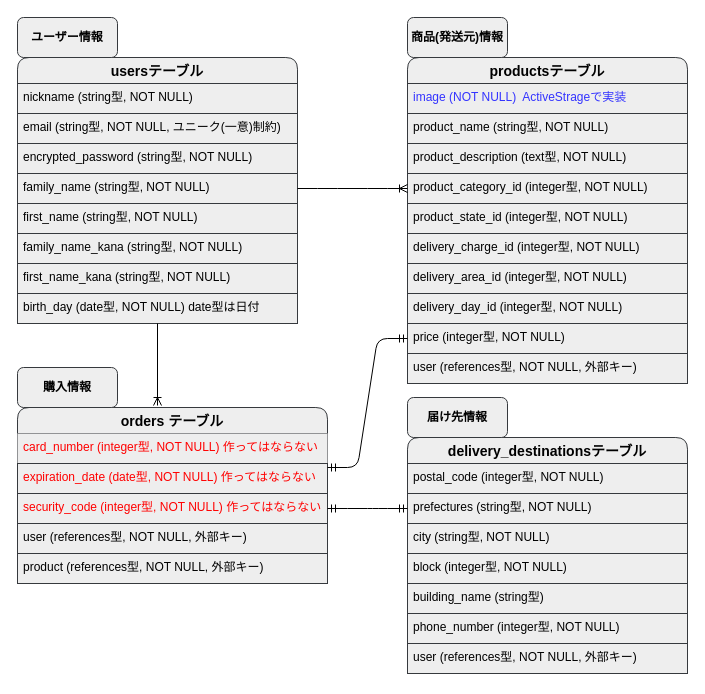
This is ER図.dio from yoshitarotsuda/furima-37166, a draw.io file, before an edit. Source tidied: cells renumbered, new cells numbered last; positions are measured from the earlier drawing's top-left corner, leaving out a move shared by most shapes. Both pictures are drawn from the tidied source at 100%, with x=0, y=0 at pixel (17, 17).
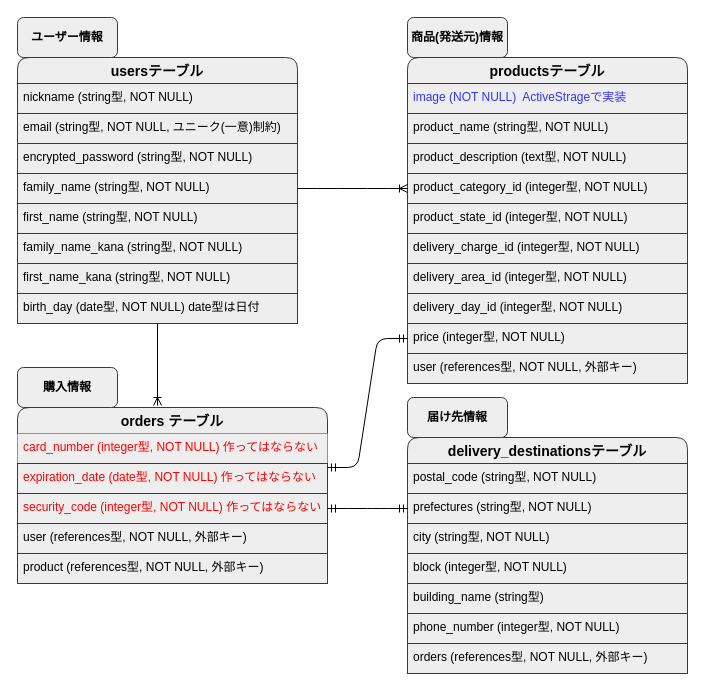
The same page after the edit.

Commit message (it also covers changes not shown here):
郵便番号の型変更

The change refers to these unchanged cells:
```xml
<mxCell id="30" value="delivery_destinationsテーブル" style="swimlane;fontStyle=1;horizontal=1;startSize=26;align=center;fontSize=14;rounded=1;labelBackgroundColor=none;fillColor=#eeeeee;strokeColor=#36393d;fontColor=#000000;" parent="1" vertex="1">
  <mxGeometry x="390" y="420" width="280" height="236" as="geometry" />
</mxCell>
```

Diff of the diagram source:
```diff
@@
-    <mxCell id="31" value="postal_code (integer型, NOT NULL)" style="text;strokeColor=#36393d;fillColor=#eeeeee;spacingLeft=4;spacingRight=4;overflow=hidden;fontSize=12;fontColor=#000000;" parent="30" vertex="1">
+    <mxCell id="31" value="postal_code (string型, NOT NULL)" style="text;strokeColor=#36393d;fillColor=#eeeeee;spacingLeft=4;spacingRight=4;overflow=hidden;fontSize=12;fontColor=#000000;" parent="30" vertex="1">
       <mxGeometry y="26" width="280" height="30" as="geometry" />
     </mxCell>
@@
-    <mxCell id="37" value="user (references型, NOT NULL, 外部キー)" style="text;strokeColor=#36393d;fillColor=#eeeeee;spacingLeft=4;spacingRight=4;overflow=hidden;fontSize=12;fontColor=#000000;" parent="30" vertex="1">
+    <mxCell id="37" value="orders (references型, NOT NULL, 外部キー)" style="text;strokeColor=#36393d;fillColor=#eeeeee;spacingLeft=4;spacingRight=4;overflow=hidden;fontSize=12;fontColor=#000000;" parent="30" vertex="1">
       <mxGeometry y="206" width="280" height="30" as="geometry" />
     </mxCell>
```
